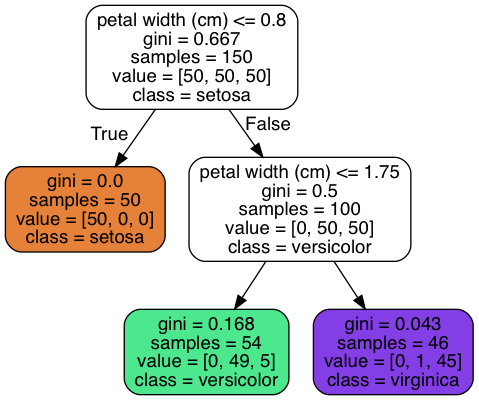
Above: iris_tree.png in msrshahrukh100/ML-content (Graphviz), before the change. Its source is kept beside it as iris_tree.dot. Its diagram source:
```dot
digraph Tree {
node [shape=box, style="filled, rounded", color="black", fontname=helvetica] ;
edge [fontname=helvetica] ;
0 [label="petal width (cm) <= 0.8\ngini = 0.667\nsamples = 150\nvalue = [50, 50, 50]\nclass = setosa", fillcolor="#e5813900"] ;
1 [label="gini = 0.0\nsamples = 50\nvalue = [50, 0, 0]\nclass = setosa", fillcolor="#e58139ff"] ;
0 -> 1 [labeldistance=2.5, labelangle=45, headlabel="True"] ;
2 [label="petal width (cm) <= 1.75\ngini = 0.5\nsamples = 100\nvalue = [0, 50, 50]\nclass = versicolor", fillcolor="#39e58100"] ;
0 -> 2 [labeldistance=2.5, labelangle=-45, headlabel="False"] ;
3 [label="gini = 0.168\nsamples = 54\nvalue = [0, 49, 5]\nclass = versicolor", fillcolor="#39e581e5"] ;
2 -> 3 ;
4 [label="gini = 0.043\nsamples = 46\nvalue = [0, 1, 45]\nclass = virginica", fillcolor="#8139e5f9"] ;
2 -> 4 ;
}
```
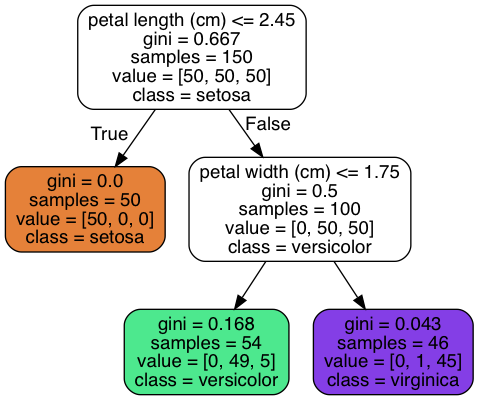
Later version of the same file.

The edit, as a diff of the source:
```diff
@@ -1,7 +1,7 @@
 digraph Tree {
 node [shape=box, style="filled, rounded", color="black", fontname=helvetica] ;
 edge [fontname=helvetica] ;
-0 [label="petal width (cm) <= 0.8\ngini = 0.667\nsamples = 150\nvalue = [50, 50, 50]\nclass = setosa", fillcolor="#e5813900"] ;
+0 [label="petal length (cm) <= 2.45\ngini = 0.667\nsamples = 150\nvalue = [50, 50, 50]\nclass = setosa", fillcolor="#e5813900"] ;
 1 [label="gini = 0.0\nsamples = 50\nvalue = [50, 0, 0]\nclass = setosa", fillcolor="#e58139ff"] ;
 0 -> 1 [labeldistance=2.5, labelangle=45, headlabel="True"] ;
 2 [label="petal width (cm) <= 1.75\ngini = 0.5\nsamples = 100\nvalue = [0, 50, 50]\nclass = versicolor", fillcolor="#39e58100"] ;
```
